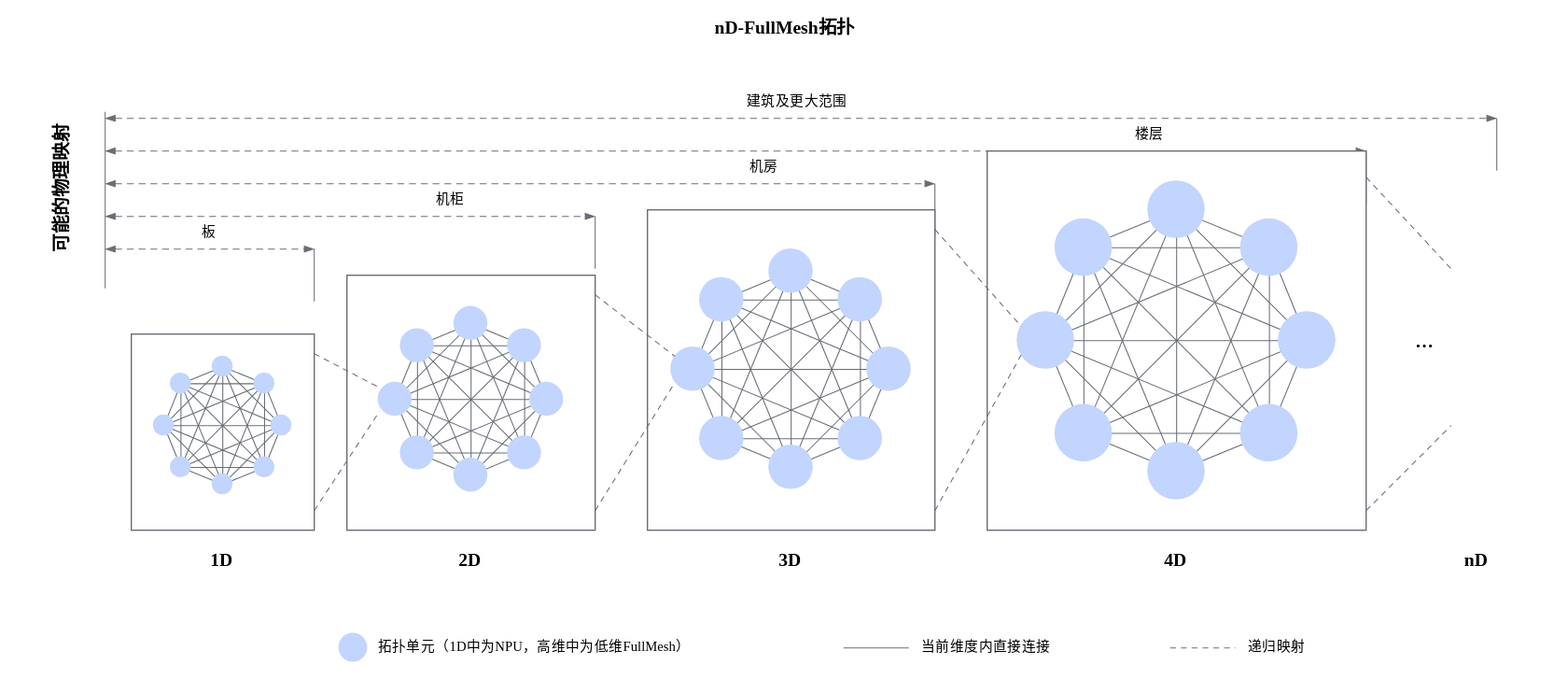
Atlas-Ascend-Fork/asc-comm keeps this draw.io diagram as docs/zh/programming_model/figures/src/nd_fullmesh_topology.svg. Above is the earlier version. Source tidied: cells renumbered, new cells last; positions are measured from the earlier drawing's top-left corner, leaving out a move shared by most shapes.
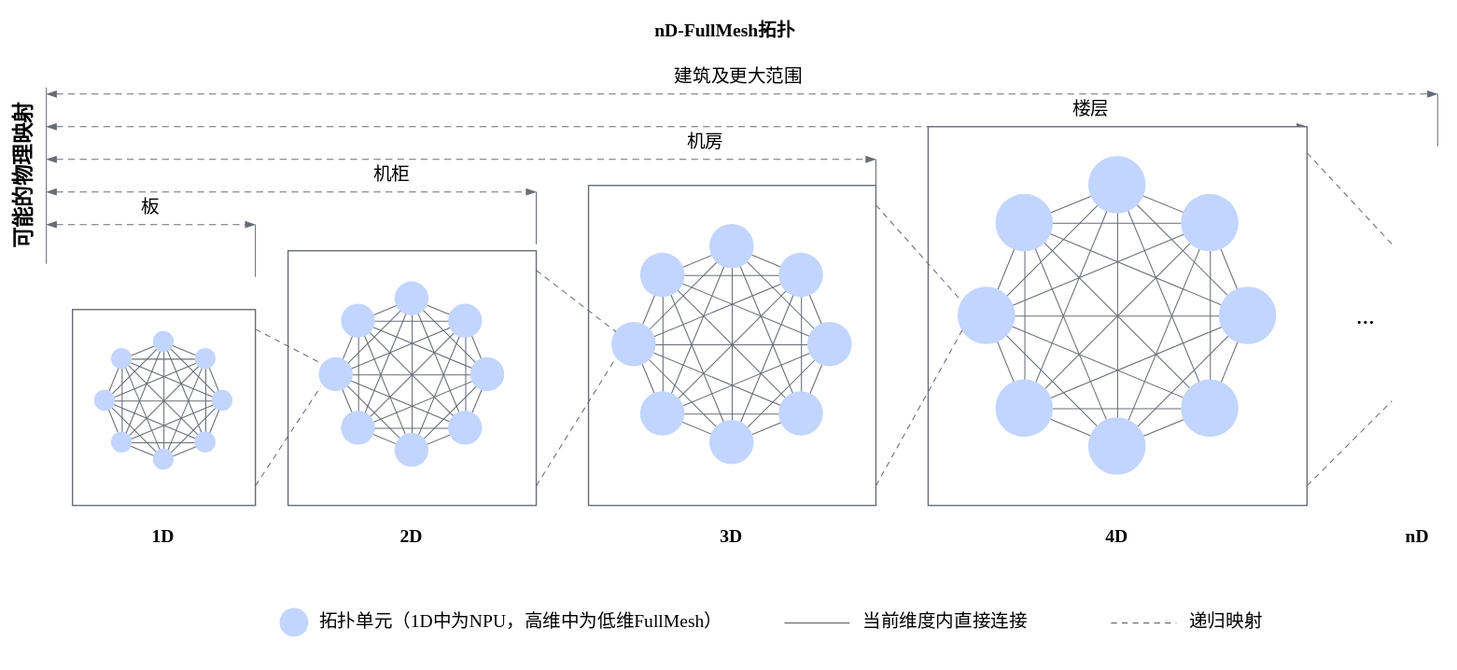
Above is the later version.

Diff of the diagram source:
```diff
@@ -3,13 +3,13 @@
     <mxCell id="0" />
     <mxCell id="1" parent="0" />
     <mxCell id="2" style="rounded=0;whiteSpace=wrap;html=1;strokeColor=none;fontFamily=方正兰亭黑简体;" parent="1" vertex="1">
-      <mxGeometry x="3" width="1200" height="530" as="geometry" />
+      <mxGeometry x="48" y="18" width="1115" height="512" as="geometry" />
     </mxCell>
     <mxCell id="3" value="&lt;font style=&quot;font-size: 14px;&quot;&gt;&lt;b&gt;nD-FullMesh拓扑&lt;/b&gt;&lt;/font&gt;" style="text;html=1;strokeColor=none;fillColor=none;whiteSpace=wrap;overflow=visible;fontFamily=方正兰亭黑简体;fontSize=14;fontColor=#000000;align=center;verticalAlign=middle;spacing=0;fontStyle=1;" parent="1" vertex="1">
-      <mxGeometry x="466.5" y="6" width="273" height="32" as="geometry" />
+      <mxGeometry x="466.5" y="26" width="273" height="32" as="geometry" />
     </mxCell>
-    <mxCell id="4" value="&lt;font style=&quot;font-size: 14px;&quot;&gt;&lt;b&gt;可能的物理映射&lt;/b&gt;&lt;/font&gt;" style="text;html=1;strokeColor=none;fillColor=none;whiteSpace=wrap;overflow=visible;fontFamily=方正兰亭黑简体;fontSize=14;fontColor=#000000;align=center;verticalAlign=middle;spacing=0;fontStyle=1;rotation=-90;" parent="1" vertex="1">
-      <mxGeometry x="-0.5" y="133.2" width="102.9" height="22.4" as="geometry" />
+    <mxCell id="4" value="&lt;font&gt;&lt;b&gt;可能的物理映射&lt;/b&gt;&lt;/font&gt;" style="text;html=1;strokeColor=none;fillColor=none;whiteSpace=wrap;overflow=visible;fontFamily=方正兰亭黑简体;fontSize=16;fontColor=#000000;align=center;verticalAlign=middle;spacing=0;fontStyle=1;rotation=-90;" parent="1" vertex="1">
+      <mxGeometry x="5" y="141.8" width="120" height="22.4" as="geometry" />
     </mxCell>
     <mxCell id="5" style="endArrow=none;html=1;rounded=0;fontSize=6;strokeWidth=0.75;strokeColor=#686D75;fontFamily=方正兰亭黑简体;" parent="1" edge="1">
       <mxGeometry relative="1" as="geometry">
@@ -77,19 +77,19 @@
         <mxPoint x="243" y="230" as="targetPoint" />
       </mxGeometry>
     </mxCell>
-    <mxCell id="16" value="&lt;font style=&quot;font-size: 10.5px;&quot;&gt;建筑及更大范围&lt;/font&gt;" style="text;html=1;strokeColor=none;fillColor=none;whiteSpace=wrap;overflow=visible;fontFamily=方正兰亭黑简体;fontSize=10.5;fontColor=#000000;align=center;verticalAlign=middle;spacing=0;" parent="1" vertex="1">
+    <mxCell id="16" value="&lt;font&gt;建筑及更大范围&lt;/font&gt;" style="text;html=1;strokeColor=none;fillColor=none;whiteSpace=wrap;overflow=visible;fontFamily=方正兰亭黑简体;fontSize=14;fontColor=#000000;align=center;verticalAlign=middle;spacing=0;" parent="1" vertex="1">
       <mxGeometry x="565.2" y="67.4" width="95.5" height="20.8" as="geometry" />
     </mxCell>
-    <mxCell id="17" value="&lt;font style=&quot;font-size: 10.5px;&quot;&gt;楼层&lt;/font&gt;" style="text;html=1;strokeColor=none;fillColor=none;whiteSpace=wrap;overflow=visible;fontFamily=方正兰亭黑简体;fontSize=10.5;fontColor=#000000;align=center;verticalAlign=middle;spacing=0;" parent="1" vertex="1">
+    <mxCell id="17" value="&lt;font&gt;楼层&lt;/font&gt;" style="text;html=1;strokeColor=none;fillColor=none;whiteSpace=wrap;overflow=visible;fontFamily=方正兰亭黑简体;fontSize=14;fontColor=#000000;align=center;verticalAlign=middle;spacing=0;" parent="1" vertex="1">
       <mxGeometry x="869.4" y="92.4" width="27.3" height="20.8" as="geometry" />
     </mxCell>
-    <mxCell id="18" value="&lt;font style=&quot;font-size: 10.5px;&quot;&gt;机房&lt;/font&gt;" style="text;html=1;strokeColor=none;fillColor=none;whiteSpace=wrap;overflow=visible;fontFamily=方正兰亭黑简体;fontSize=10.5;fontColor=#000000;align=center;verticalAlign=middle;spacing=0;" parent="1" vertex="1">
+    <mxCell id="18" value="&lt;font&gt;机房&lt;/font&gt;" style="text;html=1;strokeColor=none;fillColor=none;whiteSpace=wrap;overflow=visible;fontFamily=方正兰亭黑简体;fontSize=14;fontColor=#000000;align=center;verticalAlign=middle;spacing=0;" parent="1" vertex="1">
       <mxGeometry x="574.4" y="117.4" width="27.3" height="20.8" as="geometry" />
     </mxCell>
-    <mxCell id="19" value="&lt;font style=&quot;font-size: 10.5px;&quot;&gt;机柜&lt;/font&gt;" style="text;html=1;strokeColor=none;fillColor=none;whiteSpace=wrap;overflow=visible;fontFamily=方正兰亭黑简体;fontSize=10.5;fontColor=#000000;align=center;verticalAlign=middle;spacing=0;" parent="1" vertex="1">
+    <mxCell id="19" value="&lt;font&gt;机柜&lt;/font&gt;" style="text;html=1;strokeColor=none;fillColor=none;whiteSpace=wrap;overflow=visible;fontFamily=方正兰亭黑简体;fontSize=14;fontColor=#000000;align=center;verticalAlign=middle;spacing=0;" parent="1" vertex="1">
       <mxGeometry x="334.4" y="142.4" width="27.3" height="20.8" as="geometry" />
     </mxCell>
-    <mxCell id="20" value="&lt;font style=&quot;font-size: 10.5px;&quot;&gt;板&lt;/font&gt;" style="text;html=1;strokeColor=none;fillColor=none;whiteSpace=wrap;overflow=visible;fontFamily=方正兰亭黑简体;fontSize=10.5;fontColor=#000000;align=center;verticalAlign=middle;spacing=0;" parent="1" vertex="1">
+    <mxCell id="20" value="&lt;font&gt;板&lt;/font&gt;" style="text;html=1;strokeColor=none;fillColor=none;whiteSpace=wrap;overflow=visible;fontFamily=方正兰亭黑简体;fontSize=14;fontColor=#000000;align=center;verticalAlign=middle;spacing=0;" parent="1" vertex="1">
       <mxGeometry x="150" y="167.4" width="26" height="20.8" as="geometry" />
     </mxCell>
     <mxCell id="21" style="endArrow=none;html=1;rounded=0;fontSize=6;strokeWidth=0.75;strokeColor=#686D75;dashed=1;dashPattern=6 5;fontFamily=方正兰亭黑简体;" parent="1" edge="1">
@@ -905,7 +905,7 @@
     <mxCell id="177" style="ellipse;whiteSpace=wrap;html=1;fillColor=#C2D5FE;strokeColor=none;fontFamily=方正兰亭黑简体;" parent="1" vertex="1">
       <mxGeometry x="262" y="484" width="22" height="22" as="geometry" />
     </mxCell>
-    <mxCell id="178" value="&lt;font style=&quot;font-size: 10.5px;&quot;&gt;拓扑单元（1D中为NPU，高维中为低维FullMesh）&lt;/font&gt;" style="text;html=1;strokeColor=none;fillColor=none;whiteSpace=wrap;overflow=visible;fontFamily=方正兰亭黑简体;fontSize=10.5;fontColor=#000000;align=left;verticalAlign=middle;spacing=0;" parent="1" vertex="1">
+    <mxCell id="178" value="&lt;font&gt;拓扑单元（1D中为NPU，高维中为低维FullMesh）&lt;/font&gt;" style="text;html=1;strokeColor=none;fillColor=none;whiteSpace=wrap;overflow=visible;fontFamily=方正兰亭黑简体;fontSize=14;fontColor=#000000;align=left;verticalAlign=middle;spacing=0;" parent="1" vertex="1">
       <mxGeometry x="292" y="484.4" width="382.2" height="20.8" as="geometry" />
     </mxCell>
     <mxCell id="179" style="endArrow=none;html=1;rounded=0;fontSize=6;strokeWidth=0.75;strokeColor=#686D75;fontFamily=方正兰亭黑简体;" parent="1" edge="1">
@@ -914,8 +914,8 @@
         <mxPoint x="698" y="495" as="targetPoint" />
       </mxGeometry>
     </mxCell>
-    <mxCell id="180" value="&lt;font style=&quot;font-size: 10.5px;&quot;&gt;当前维度内直接连接&lt;/font&gt;" style="text;html=1;strokeColor=none;fillColor=none;whiteSpace=wrap;overflow=visible;fontFamily=方正兰亭黑简体;fontSize=10.5;fontColor=#000000;align=left;verticalAlign=middle;spacing=0;" parent="1" vertex="1">
-      <mxGeometry x="708" y="484.4" width="122.8" height="20.8" as="geometry" />
+    <mxCell id="180" value="&lt;font&gt;当前维度内直接连接&lt;/font&gt;" style="text;html=1;strokeColor=none;fillColor=none;whiteSpace=wrap;overflow=visible;fontFamily=方正兰亭黑简体;fontSize=14;fontColor=#000000;align=left;verticalAlign=middle;spacing=0;" parent="1" vertex="1">
+      <mxGeometry x="708" y="484.4" width="140" height="20.8" as="geometry" />
     </mxCell>
     <mxCell id="181" style="endArrow=none;html=1;rounded=0;fontSize=6;strokeWidth=0.75;strokeColor=#686D75;dashed=1;dashPattern=6 5;fontFamily=方正兰亭黑简体;" parent="1" edge="1">
       <mxGeometry relative="1" as="geometry">
@@ -923,8 +923,8 @@
         <mxPoint x="948" y="495" as="targetPoint" />
       </mxGeometry>
     </mxCell>
-    <mxCell id="182" value="&lt;font style=&quot;font-size: 10.5px;&quot;&gt;递归映射&lt;/font&gt;" style="text;html=1;strokeColor=none;fillColor=none;whiteSpace=wrap;overflow=visible;fontFamily=方正兰亭黑简体;fontSize=10.5;fontColor=#000000;align=left;verticalAlign=middle;spacing=0;" parent="1" vertex="1">
-      <mxGeometry x="958" y="484.4" width="54.6" height="20.8" as="geometry" />
+    <mxCell id="182" value="&lt;font&gt;递归映射&lt;/font&gt;" style="text;html=1;strokeColor=none;fillColor=none;whiteSpace=wrap;overflow=visible;fontFamily=方正兰亭黑简体;fontSize=14;fontColor=#000000;align=left;verticalAlign=middle;spacing=0;" parent="1" vertex="1">
+      <mxGeometry x="958" y="484.4" width="67" height="20.8" as="geometry" />
     </mxCell>
     <mxCell id="183" style="endArrow=none;html=1;rounded=0;fontSize=6;strokeWidth=0.75;strokeColor=#686D75;dashed=1;dashPattern=6 5;fontFamily=方正兰亭黑简体;" parent="1" edge="1">
       <mxGeometry relative="1" as="geometry">
```
